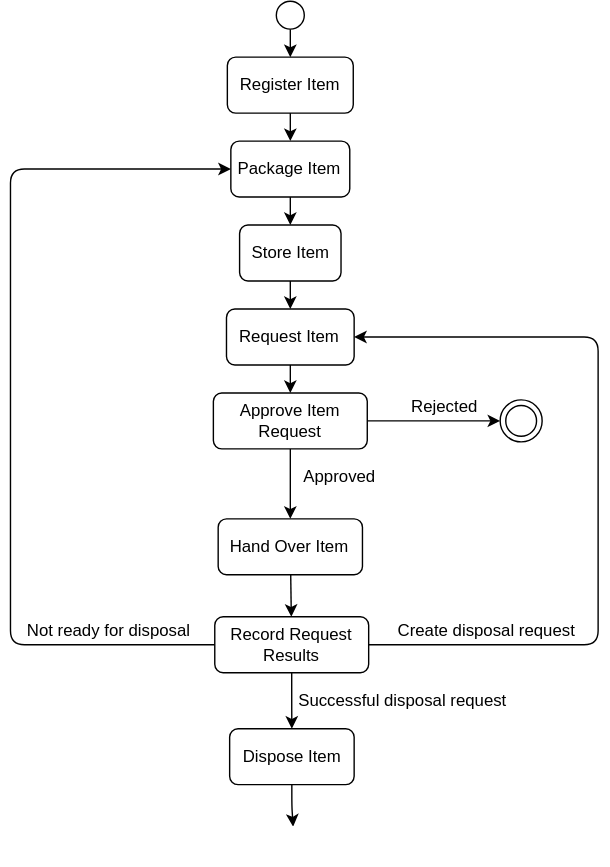
This is documentation/process-overview.drawio.svg from Gadnex/documentation-example, a draw.io export, as it was before one commit. Source tidied: cells renumbered, new cells last; positions are measured from the earlier drawing's top-left corner, leaving out a move shared by most shapes.
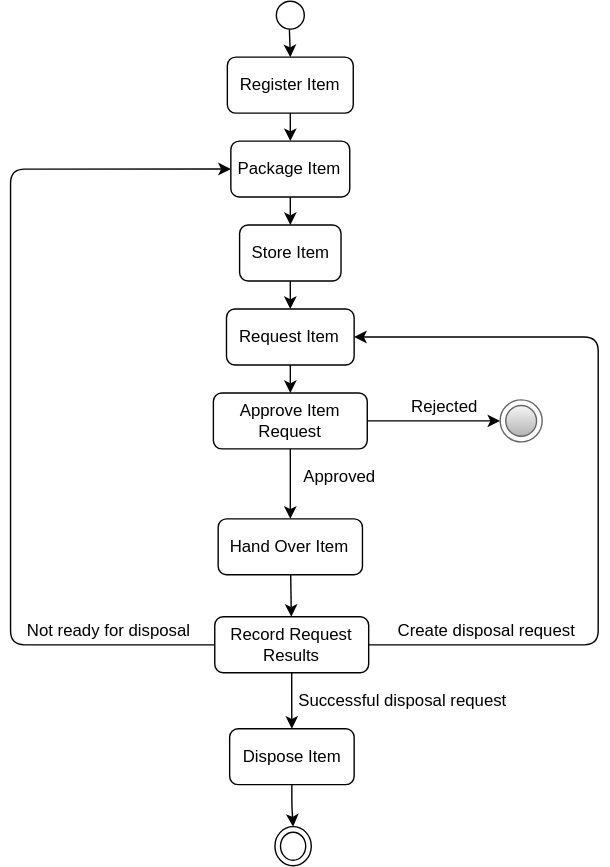
The same file after the commit.

Change to the diagram source:
```diff
@@ -90,10 +90,10 @@
     <mxCell id="27" value="Successful disposal request" style="text;html=1;align=center;verticalAlign=middle;strokeColor=none;fillColor=none;" parent="1" vertex="1">
       <mxGeometry x="200" y="490" width="160" height="20" as="geometry" />
     </mxCell>
-    <mxCell id="28" style="ellipse;html=1;shape=endState;" parent="1" vertex="1">
+    <mxCell id="28" style="ellipse;html=1;shape=endState;fillColor=#f5f5f5;gradientColor=#b3b3b3;strokeColor=#666666;" parent="1" vertex="1">
       <mxGeometry x="350" y="285" width="30" height="30" as="geometry" />
     </mxCell>
-    <mxCell id="29" style="ellipse;html=1;shape=endState;fillColor=none;strokeColor=#FFFFFF;" parent="1" vertex="1">
+    <mxCell id="29" style="ellipse;html=1;shape=endState;" parent="1" vertex="1">
       <mxGeometry x="189" y="590" width="26" height="28" as="geometry" />
     </mxCell>
   </root>
```
